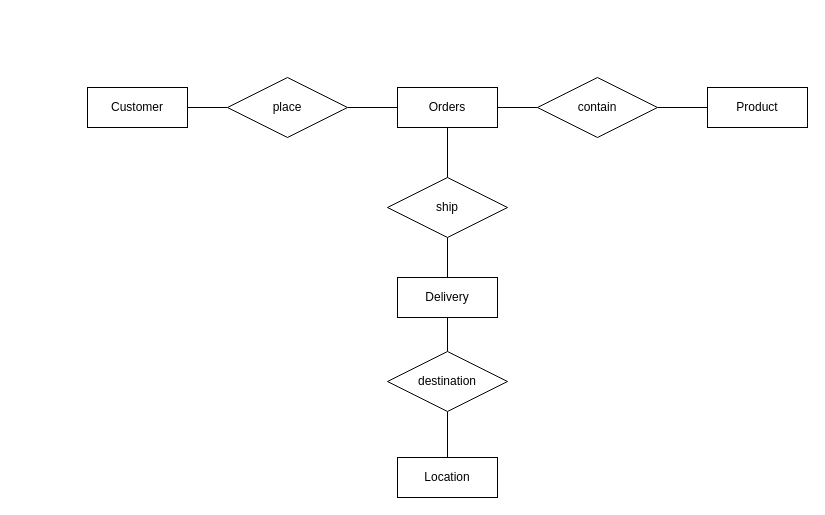
Before: Untitled Diagram.drawio in eddahviolet/FinalProjectAdvancedDataModelling, a draw.io diagram. Source tidied: cells renumbered, new cells numbered last; positions are measured from the earlier drawing's top-left corner, leaving out a move shared by most shapes. Both pictures are drawn from the tidied source at 100%, with x=0, y=0 at pixel (87, 77).
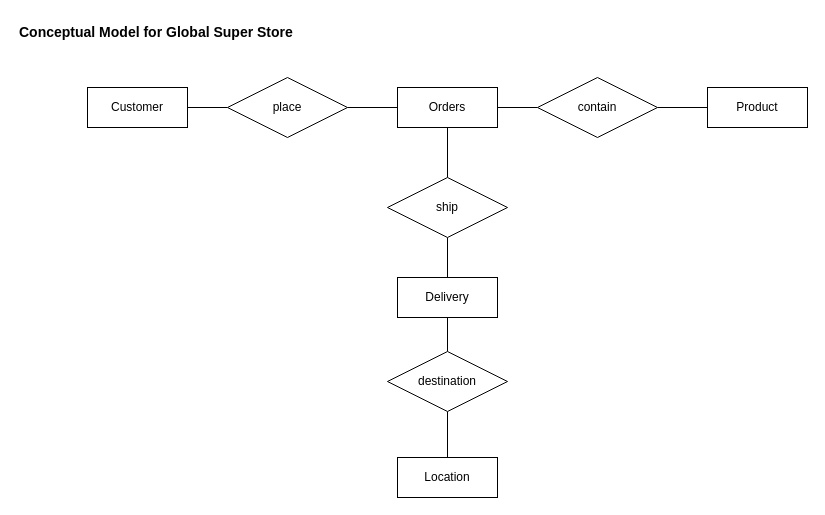
After the change.

The edit, as a diff of the source:
```diff
@@
 <mxGraphModel>
   <root>
     <mxCell id="0" />
     <mxCell id="1" parent="0" />
     <mxCell id="2" style="edgeStyle=orthogonalEdgeStyle;rounded=0;jettySize=auto;html=1;endArrow=none;endFill=0;" parent="1" edge="1" source="3" target="17">
       <mxGeometry relative="1" as="geometry" />
     </mxCell>
     <mxCell id="3" value="Customer" style="whiteSpace=wrap;html=1;align=center;" parent="1" vertex="1">
       <mxGeometry y="10" width="100" height="40" as="geometry" />
     </mxCell>
     <mxCell id="4" style="edgeStyle=orthogonalEdgeStyle;rounded=0;jettySize=auto;html=1;endArrow=none;endFill=0;" parent="1" edge="1" source="6" target="18">
       <mxGeometry relative="1" as="geometry" />
     </mxCell>
     <mxCell id="5" style="edgeStyle=orthogonalEdgeStyle;rounded=0;jettySize=auto;html=1;endArrow=none;endFill=0;" parent="1" edge="1" source="6" target="13">
       <mxGeometry relative="1" as="geometry" />
     </mxCell>
     <mxCell id="6" value="Delivery" style="whiteSpace=wrap;html=1;align=center;" parent="1" vertex="1">
       <mxGeometry x="310" y="200" width="100" height="40" as="geometry" />
     </mxCell>
     <mxCell id="7" style="edgeStyle=orthogonalEdgeStyle;rounded=0;jettySize=auto;html=1;endArrow=none;endFill=0;" parent="1" edge="1" source="8" target="13">
       <mxGeometry relative="1" as="geometry" />
     </mxCell>
     <mxCell id="8" value="Location" style="whiteSpace=wrap;html=1;align=center;" parent="1" vertex="1">
       <mxGeometry x="310" y="380" width="100" height="40" as="geometry" />
     </mxCell>
     <mxCell id="9" style="edgeStyle=orthogonalEdgeStyle;rounded=0;jettySize=auto;html=1;endArrow=none;endFill=0;" parent="1" edge="1" source="11" target="15">
       <mxGeometry relative="1" as="geometry" />
     </mxCell>
     <mxCell id="10" style="edgeStyle=orthogonalEdgeStyle;rounded=0;jettySize=auto;html=1;endArrow=none;endFill=0;" parent="1" edge="1" source="11" target="18">
       <mxGeometry relative="1" as="geometry" />
     </mxCell>
     <mxCell id="11" value="Orders" style="whiteSpace=wrap;html=1;align=center;" parent="1" vertex="1">
       <mxGeometry x="310" y="10" width="100" height="40" as="geometry" />
     </mxCell>
     <mxCell id="12" value="Product" style="whiteSpace=wrap;html=1;align=center;" parent="1" vertex="1">
       <mxGeometry x="620" y="10" width="100" height="40" as="geometry" />
     </mxCell>
     <mxCell id="13" value="destination" style="shape=rhombus;perimeter=rhombusPerimeter;whiteSpace=wrap;html=1;align=center;" parent="1" vertex="1">
       <mxGeometry x="300" y="274" width="120" height="60" as="geometry" />
     </mxCell>
     <mxCell id="14" style="edgeStyle=orthogonalEdgeStyle;rounded=0;jettySize=auto;html=1;endArrow=none;endFill=0;" parent="1" edge="1" source="15" target="12">
       <mxGeometry relative="1" as="geometry" />
     </mxCell>
     <mxCell id="15" value="contain" style="shape=rhombus;perimeter=rhombusPerimeter;whiteSpace=wrap;html=1;align=center;" parent="1" vertex="1">
       <mxGeometry x="450" width="120" height="60" as="geometry" />
     </mxCell>
     <mxCell id="16" style="edgeStyle=orthogonalEdgeStyle;rounded=0;jettySize=auto;html=1;endArrow=none;endFill=0;" parent="1" edge="1" source="17" target="11">
       <mxGeometry relative="1" as="geometry" />
     </mxCell>
     <mxCell id="17" value="place" style="shape=rhombus;perimeter=rhombusPerimeter;whiteSpace=wrap;html=1;align=center;" parent="1" vertex="1">
       <mxGeometry x="140" width="120" height="60" as="geometry" />
     </mxCell>
     <mxCell id="18" value="ship" style="shape=rhombus;perimeter=rhombusPerimeter;whiteSpace=wrap;html=1;align=center;" parent="1" vertex="1">
       <mxGeometry x="300" y="100" width="120" height="60" as="geometry" />
     </mxCell>
+    <mxCell id="19" value="&lt;font style=&quot;font-size: 14px;&quot;&gt;&lt;b&gt;Conceptual Model for Global Super Store&lt;/b&gt;&lt;/font&gt;" style="text;html=1;strokeColor=none;fillColor=none;align=left;verticalAlign=middle;whiteSpace=wrap;rounded=0;" parent="1" vertex="1">
+      <mxGeometry x="-70" y="-60" width="680" height="30" as="geometry" />
+    </mxCell>
   </root>
 </mxGraphModel>
```
